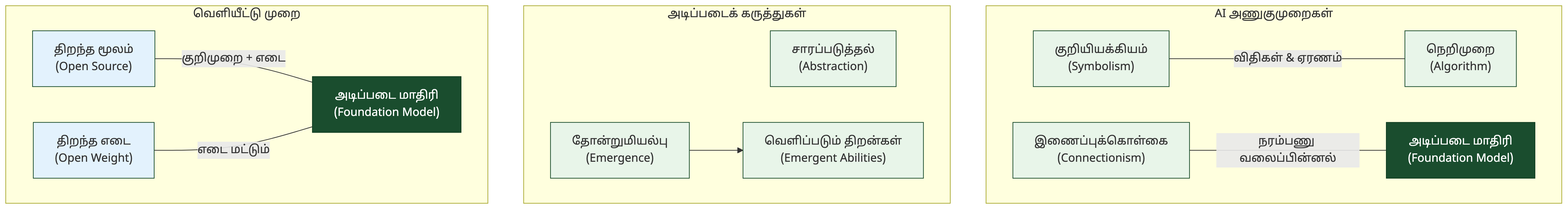
Earlier version of the Mermaid export book/diagrams/01-core-approaches.png (kpassoubady/tamil-glossory). Its source is kept beside it as book/diagrams/01-core-approaches.mmd. The source it was exported from:
```mermaid
flowchart LR
    subgraph Approaches["AI அணுகுமுறைகள்"]
        SYM["குறியியக்கியம்<br/>(Symbolism)"] ---|"விதிகள் & ஏரணம்"| ALGO["நெறிமுறை<br/>(Algorithm)"]
        CON["இணைப்புக்கொள்கை<br/>(Connectionism)"] ---|"நரம்பணு வலைப்பின்னல்"| FM["அடிப்படை மாதிரி<br/>(Foundation Model)"]
    end

    subgraph Concepts["அடிப்படைக் கருத்துகள்"]
        ABS["சாரப்படுத்தல்<br/>(Abstraction)"]
        EMR["தோன்றுமியல்பு<br/>(Emergence)"] --> EA["வெளிப்படும் திறன்கள்<br/>(Emergent Abilities)"]
    end

    subgraph Openness["வெளியீட்டு முறை"]
        OS["திறந்த மூலம்<br/>(Open Source)"]
        OW["திறந்த எடை<br/>(Open Weight)"]
        OS ---|"குறிமுறை + எடை"| FM2["அடிப்படை மாதிரி<br/>(Foundation Model)"]
        OW ---|"எடை மட்டும்"| FM2
    end

    style SYM fill:#e8f5e9,stroke:#1a4d2e
    style CON fill:#e8f5e9,stroke:#1a4d2e
    style ALGO fill:#e8f5e9,stroke:#1a4d2e
    style FM fill:#1a4d2e,stroke:#0d3a1f,color:#fff
    style ABS fill:#e8f5e9,stroke:#1a4d2e
    style EMR fill:#e8f5e9,stroke:#1a4d2e
    style EA fill:#e8f5e9,stroke:#1a4d2e
    style OS fill:#e3f2fd,stroke:#1a4d2e
    style OW fill:#e3f2fd,stroke:#1a4d2e
    style FM2 fill:#1a4d2e,stroke:#0d3a1f,color:#fff
```
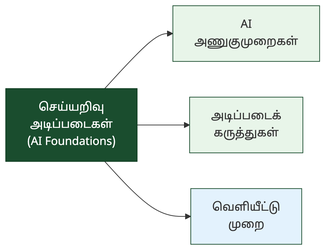
Later version of the same file.

Diff of the diagram source:
```diff
@@ -1,28 +1,9 @@
 flowchart LR
-    subgraph Approaches["AI அணுகுமுறைகள்"]
-        SYM["குறியியக்கியம்<br/>(Symbolism)"] ---|"விதிகள் & ஏரணம்"| ALGO["நெறிமுறை<br/>(Algorithm)"]
-        CON["இணைப்புக்கொள்கை<br/>(Connectionism)"] ---|"நரம்பணு வலைப்பின்னல்"| FM["அடிப்படை மாதிரி<br/>(Foundation Model)"]
-    end
+    AI["செய்யறிவு<br/>அடிப்படைகள்<br/>(AI Foundations)"] --> APPROACHES["AI<br/>அணுகுமுறைகள்"]
+    AI --> CONCEPTS["அடிப்படைக்<br/>கருத்துகள்"]
+    AI --> OPENNESS["வெளியீட்டு<br/>முறை"]
 
-    subgraph Concepts["அடிப்படைக் கருத்துகள்"]
-        ABS["சாரப்படுத்தல்<br/>(Abstraction)"]
-        EMR["தோன்றுமியல்பு<br/>(Emergence)"] --> EA["வெளிப்படும் திறன்கள்<br/>(Emergent Abilities)"]
-    end
-
-    subgraph Openness["வெளியீட்டு முறை"]
-        OS["திறந்த மூலம்<br/>(Open Source)"]
-        OW["திறந்த எடை<br/>(Open Weight)"]
-        OS ---|"குறிமுறை + எடை"| FM2["அடிப்படை மாதிரி<br/>(Foundation Model)"]
-        OW ---|"எடை மட்டும்"| FM2
-    end
-
-    style SYM fill:#e8f5e9,stroke:#1a4d2e
-    style CON fill:#e8f5e9,stroke:#1a4d2e
-    style ALGO fill:#e8f5e9,stroke:#1a4d2e
-    style FM fill:#1a4d2e,stroke:#0d3a1f,color:#fff
-    style ABS fill:#e8f5e9,stroke:#1a4d2e
-    style EMR fill:#e8f5e9,stroke:#1a4d2e
-    style EA fill:#e8f5e9,stroke:#1a4d2e
-    style OS fill:#e3f2fd,stroke:#1a4d2e
-    style OW fill:#e3f2fd,stroke:#1a4d2e
-    style FM2 fill:#1a4d2e,stroke:#0d3a1f,color:#fff
+    style AI fill:#1a4d2e,stroke:#0d3a1f,color:#fff
+    style APPROACHES fill:#e8f5e9,stroke:#1a4d2e
+    style CONCEPTS fill:#e8f5e9,stroke:#1a4d2e
+    style OPENNESS fill:#e3f2fd,stroke:#1a4d2e
```
